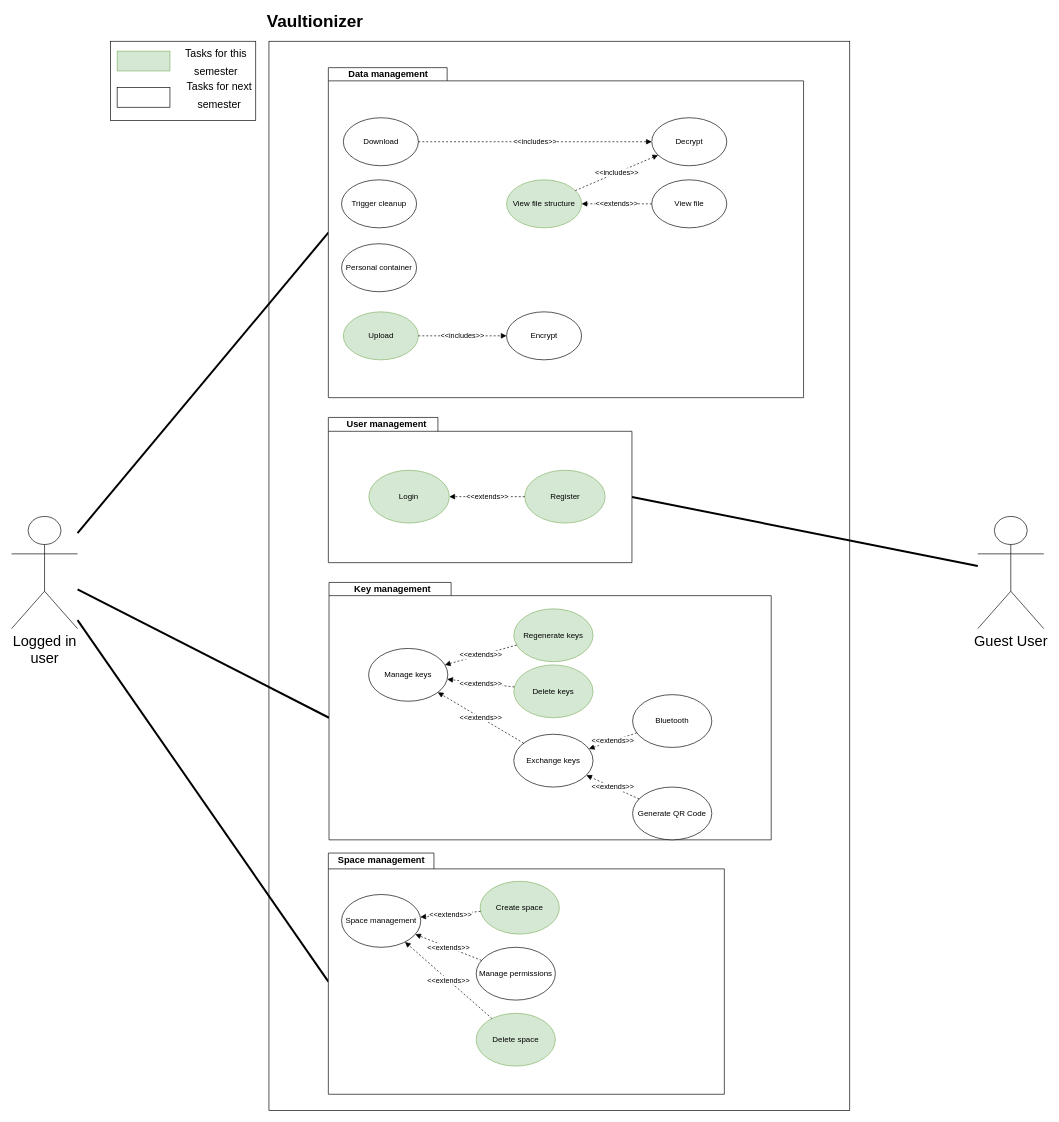
Above: img/use_cases/overall_use_case.drawio in Vaultionizer/vault-docs (draw.io), before the change. Source tidied: cells renumbered, new cells numbered last; positions are measured from the earlier drawing's top-left corner, leaving out a move shared by most shapes. Both pictures are drawn from the tidied source at 66%, with x=0, y=0 at pixel (11, 15).
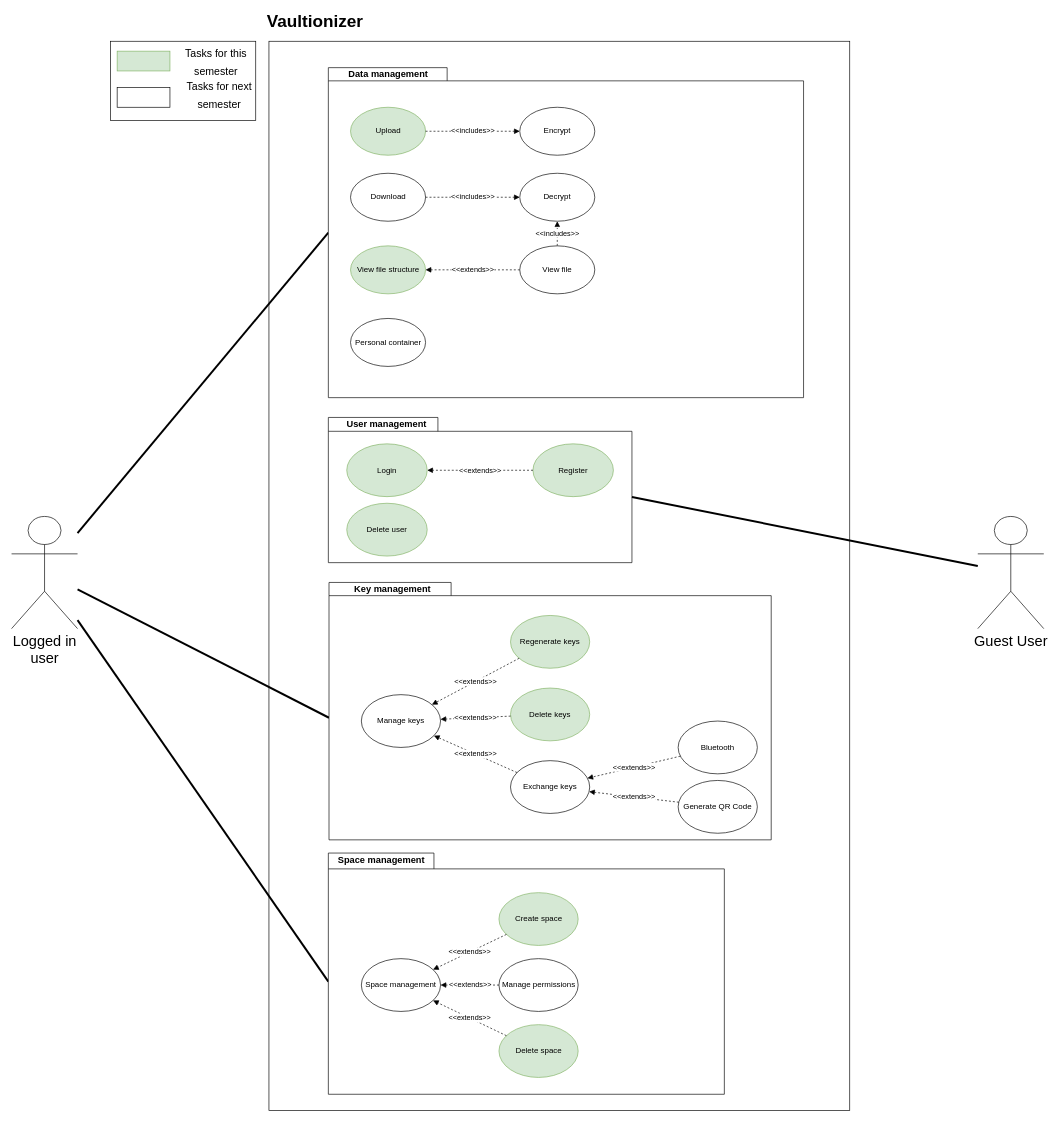
The same page after the edit.

Commit message:
Rearange use cases and add missing one

Unchanged cells that the change refers to:
```xml
<mxCell id="9" style="group;" parent="7" vertex="1">
  <mxGeometry x="10" y="-10" width="600" height="365.5" as="geometry" />
</mxCell>
<mxCell id="20" style="group;" parent="1" vertex="1">
  <mxGeometry x="481" y="860" width="670" height="390" as="geometry" />
</mxCell>
<mxCell id="34" style="group;" parent="1" vertex="1">
  <mxGeometry x="480" y="610" width="460" height="220" as="geometry" />
</mxCell>
<mxCell id="40" style="group;" parent="1" vertex="1">
  <mxGeometry x="480" y="80" width="720" height="500" as="geometry" />
</mxCell>
```

Diff of the diagram source:
```diff
@@
     <mxCell id="11" value="Space management" style="ellipse;whiteSpace=wrap;html=1;" parent="9" vertex="1">
-      <mxGeometry x="20" y="62.8" width="120" height="80" as="geometry" />
+      <mxGeometry x="50" y="160" width="120" height="80" as="geometry" />
     </mxCell>
     <mxCell id="12" value="Create space" style="ellipse;whiteSpace=wrap;html=1;fillColor=#d5e8d4;strokeColor=#82b366;" parent="9" vertex="1">
-      <mxGeometry x="230" y="42.8" width="120" height="80" as="geometry" />
+      <mxGeometry x="258.5" y="60" width="120" height="80" as="geometry" />
     </mxCell>
@@
     <mxCell id="14" value="Manage permissions" style="ellipse;whiteSpace=wrap;html=1;" parent="9" vertex="1">
-      <mxGeometry x="224" y="142.8" width="120" height="80" as="geometry" />
+      <mxGeometry x="258.5" y="160" width="120" height="80" as="geometry" />
     </mxCell>
     <mxCell id="15" value="Delete space" style="ellipse;whiteSpace=wrap;html=1;fillColor=#d5e8d4;strokeColor=#82b366;" parent="9" vertex="1">
-      <mxGeometry x="224" y="242.8" width="120" height="80" as="geometry" />
+      <mxGeometry x="258.5" y="260" width="120" height="80" as="geometry" />
     </mxCell>
@@
     <mxCell id="22" value="Manage keys" style="ellipse;whiteSpace=wrap;html=1;" parent="20" vertex="1">
-      <mxGeometry x="60" y="100" width="120" height="80" as="geometry" />
+      <mxGeometry x="49" y="170" width="120" height="80" as="geometry" />
     </mxCell>
     <mxCell id="23" value="Regenerate keys" style="ellipse;whiteSpace=wrap;html=1;fillColor=#d5e8d4;strokeColor=#82b366;" parent="20" vertex="1">
-      <mxGeometry x="280" y="40" width="120" height="80" as="geometry" />
+      <mxGeometry x="275" y="50" width="120" height="80" as="geometry" />
     </mxCell>
     <mxCell id="24" value="Delete keys" style="ellipse;whiteSpace=wrap;html=1;fillColor=#d5e8d4;strokeColor=#82b366;" parent="20" vertex="1">
-      <mxGeometry x="280" y="125" width="120" height="80" as="geometry" />
+      <mxGeometry x="275" y="160" width="120" height="80" as="geometry" />
     </mxCell>
@@
     <mxCell id="27" value="Exchange keys" style="ellipse;whiteSpace=wrap;html=1;" parent="20" vertex="1">
-      <mxGeometry x="280" y="230" width="120" height="80" as="geometry" />
+      <mxGeometry x="275" y="270" width="120" height="80" as="geometry" />
     </mxCell>
     <mxCell id="28" value="Bluetooth" style="ellipse;whiteSpace=wrap;html=1;" parent="20" vertex="1">
-      <mxGeometry x="460" y="170" width="120" height="80" as="geometry" />
+      <mxGeometry x="529" y="210" width="120" height="80" as="geometry" />
     </mxCell>
     <mxCell id="29" value="Generate QR Code" style="ellipse;whiteSpace=wrap;html=1;" parent="20" vertex="1">
-      <mxGeometry x="460" y="310" width="120" height="80" as="geometry" />
+      <mxGeometry x="529" y="300" width="120" height="80" as="geometry" />
     </mxCell>
@@
     <mxCell id="36" value="Login" style="ellipse;whiteSpace=wrap;html=1;fillColor=#d5e8d4;strokeColor=#82b366;" parent="34" vertex="1">
-      <mxGeometry x="61.4" y="80" width="121.9" height="80" as="geometry" />
+      <mxGeometry x="27.9" y="40" width="121.9" height="80" as="geometry" />
     </mxCell>
     <mxCell id="37" value="Register" style="ellipse;whiteSpace=wrap;html=1;fillColor=#d5e8d4;strokeColor=#82b366;" parent="34" vertex="1">
-      <mxGeometry x="297.5" y="80" width="121.9" height="80" as="geometry" />
+      <mxGeometry x="310" y="40" width="121.9" height="80" as="geometry" />
     </mxCell>
@@
+    <mxCell id="65" value="Delete user" style="ellipse;whiteSpace=wrap;html=1;fillColor=#d5e8d4;strokeColor=#82b366;" parent="34" vertex="1">
+      <mxGeometry x="27.9" y="130" width="121.9" height="80" as="geometry" />
+    </mxCell>
@@
     <mxCell id="42" value="Upload" style="ellipse;whiteSpace=wrap;html=1;fillColor=#d5e8d4;strokeColor=#82b366;" parent="40" vertex="1">
-      <mxGeometry x="22.7" y="370" width="113.7" height="72.7" as="geometry" />
+      <mxGeometry x="33.6" y="60" width="113.7" height="72.7" as="geometry" />
     </mxCell>
     <mxCell id="43" value="Encrypt " style="ellipse;whiteSpace=wrap;html=1;" parent="40" vertex="1">
-      <mxGeometry x="270" y="370" width="113.7" height="72.7" as="geometry" />
+      <mxGeometry x="290" y="60" width="113.7" height="72.7" as="geometry" />
     </mxCell>
@@
     <mxCell id="45" value="&lt;div&gt;Download&lt;br&gt;&lt;/div&gt;" style="ellipse;whiteSpace=wrap;html=1;" parent="40" vertex="1">
-      <mxGeometry x="22.7" y="75.9" width="113.7" height="72.7" as="geometry" />
+      <mxGeometry x="33.6" y="160" width="113.7" height="72.7" as="geometry" />
     </mxCell>
     <mxCell id="46" value="Decrypt" style="ellipse;whiteSpace=wrap;html=1;" parent="40" vertex="1">
-      <mxGeometry x="490" y="75.9" width="113.7" height="72.7" as="geometry" />
+      <mxGeometry x="290" y="160" width="113.7" height="72.7" as="geometry" />
     </mxCell>
     <mxCell id="47" value="Personal container" style="ellipse;whiteSpace=wrap;html=1;" parent="40" vertex="1">
-      <mxGeometry x="20" y="266.8" width="113.7" height="72.7" as="geometry" />
+      <mxGeometry x="33.6" y="380" width="113.7" height="72.7" as="geometry" />
     </mxCell>
@@
     <mxCell id="49" value="View file structure" style="ellipse;whiteSpace=wrap;html=1;fillColor=#d5e8d4;strokeColor=#82b366;" parent="40" vertex="1">
-      <mxGeometry x="270" y="170" width="113.7" height="72.7" as="geometry" />
+      <mxGeometry x="33.6" y="270" width="113.7" height="72.7" as="geometry" />
     </mxCell>
-    <mxCell id="50" value="&amp;lt;&amp;lt;includes&amp;gt;&amp;gt;" style="edgeStyle=none;rounded=0;jettySize=auto;html=1;dashed=1;endArrow=block;endFill=1;" parent="40" edge="1" source="49" target="46">
+    <mxCell id="50" value="&amp;lt;&amp;lt;includes&amp;gt;&amp;gt;" style="edgeStyle=none;rounded=0;jettySize=auto;html=1;dashed=1;endArrow=block;endFill=1;" parent="40" edge="1" source="54" target="46">
       <mxGeometry x="9.5" as="geometry" />
     </mxCell>
@@
-    <mxCell id="52" value="Trigger cleanup" style="ellipse;whiteSpace=wrap;html=1;" parent="40" vertex="1">
-      <mxGeometry x="20" y="170" width="113.7" height="72.7" as="geometry" />
-    </mxCell>
@@
     <mxCell id="54" value="View file" style="ellipse;whiteSpace=wrap;html=1;" parent="40" vertex="1">
-      <mxGeometry x="490" y="170" width="113.7" height="72.7" as="geometry" />
+      <mxGeometry x="290" y="270" width="113.7" height="72.7" as="geometry" />
     </mxCell>
```
